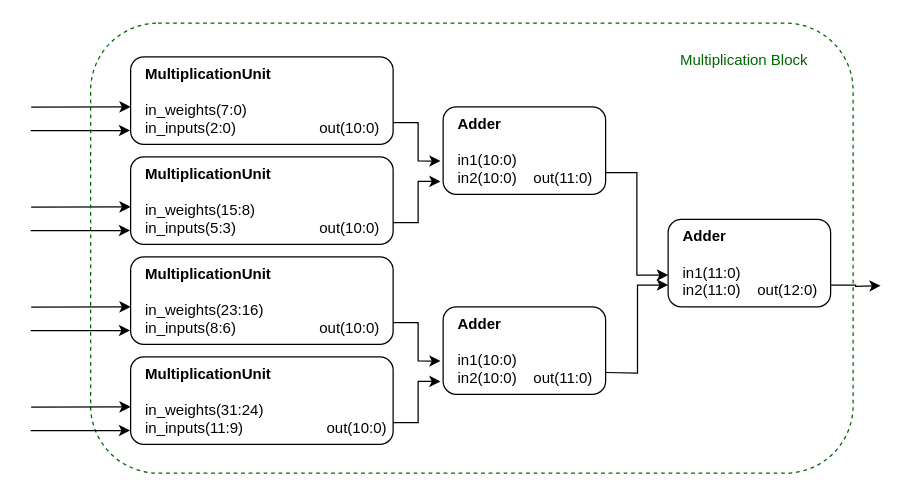
Above: page "Page-4" (1 of 3) of Documentation/concept.drawio in itsmartinhi/NN2HW (draw.io), before the change. Source tidied: cells renumbered, new cells numbered last; positions are measured from the earlier drawing's top-left corner, leaving out a move shared by most shapes. Both pictures are drawn from the tidied source at 125%, with x=0, y=0 at pixel (30, 22).
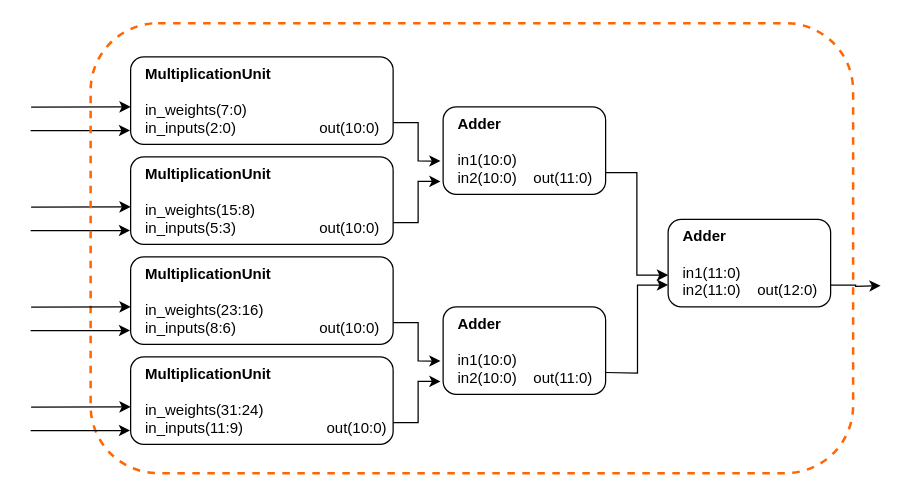
The same page after the edit.

What changed in the source:
```diff
@@
-    <mxCell id="15" style="rounded=1;whiteSpace=wrap;html=1;fillColor=none;dashed=1;strokeColor=#006600;labelBackgroundColor=default;shadow=0;" parent="1" vertex="1">
+    <mxCell id="15" style="rounded=1;whiteSpace=wrap;html=1;fillColor=none;dashed=1;strokeColor=#FF6600;labelBackgroundColor=default;shadow=0;strokeWidth=2;" parent="1" vertex="1">
       <mxGeometry x="48" width="610" height="360" as="geometry" />
     </mxCell>
-    <mxCell id="16" value="Multiplication Block" style="text;html=1;strokeColor=none;fillColor=none;align=center;verticalAlign=middle;whiteSpace=wrap;rounded=0;dashed=1;fontColor=#006600;" parent="1" vertex="1">
-      <mxGeometry x="516" y="15" width="110" height="30" as="geometry" />
-    </mxCell>
```
